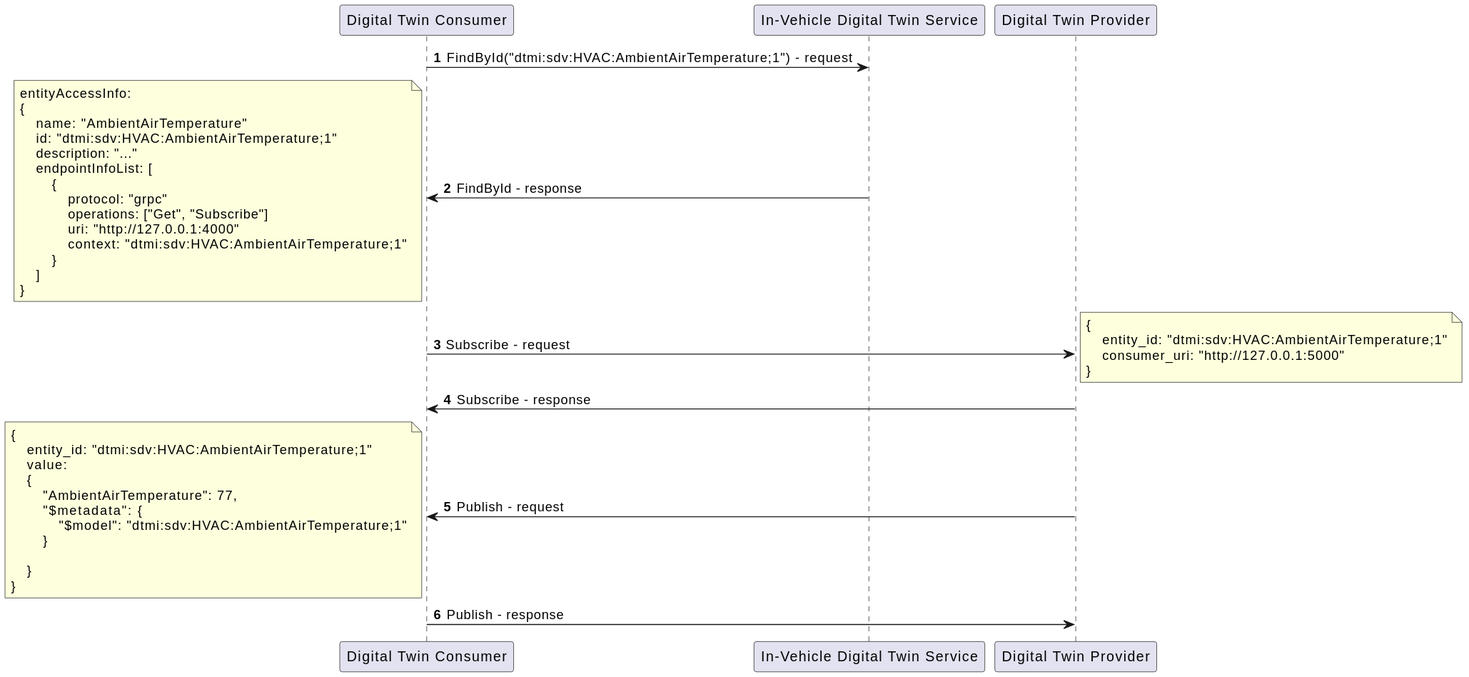
This is docs/design/diagrams/subscribe_sequence.svg from eclipse-ibeji/ibeji, a PlantUML export, as it was before one commit.
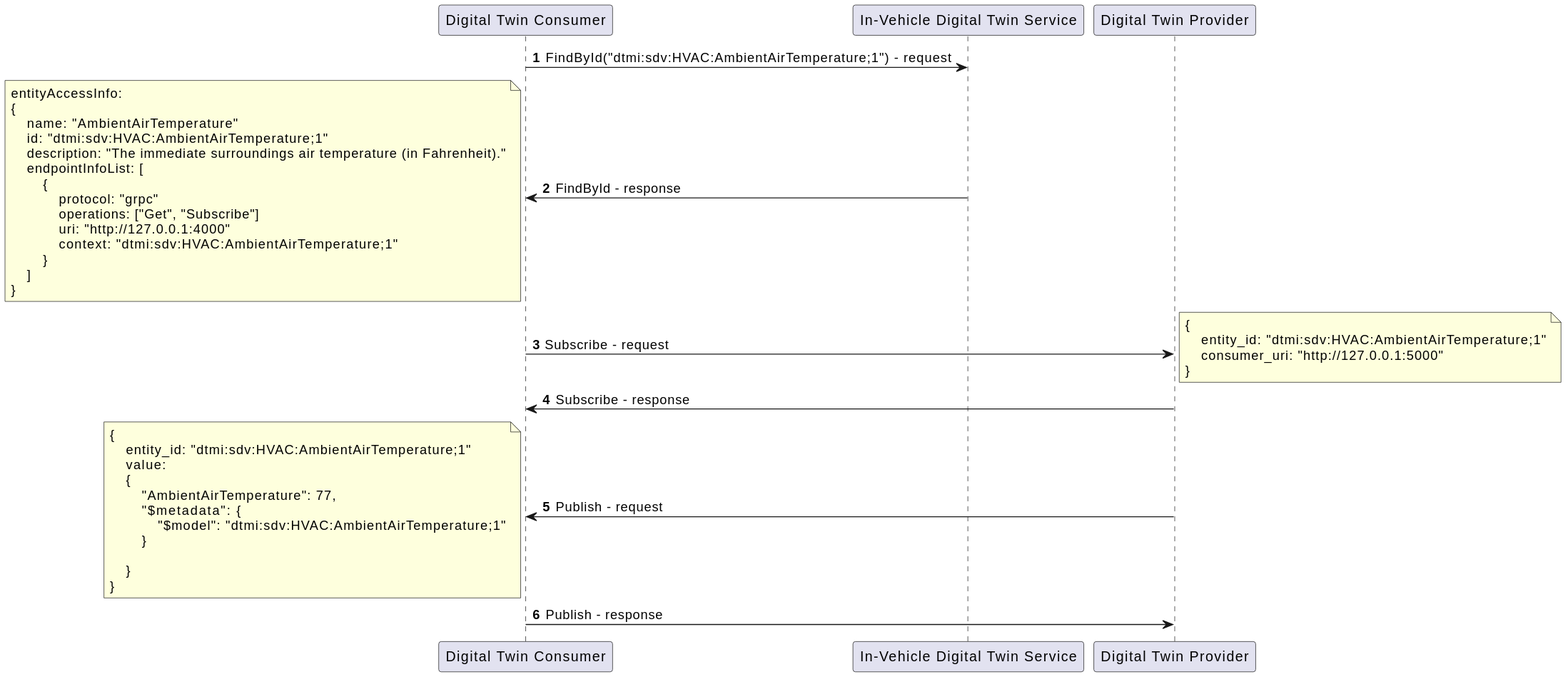
The same diagram one commit later.

The edit, as a diff of the source:
```diff
@@ -8,7 +8,7 @@
 {
     name: "AmbientAirTemperature"
     id: "dtmi:sdv:HVAC:AmbientAirTemperature;1"
-    description: "..."
+    description: "The immediate surroundings air temperature (in Fahrenheit)."
     endpointInfoList: [
         {
             protocol: "grpc"
```
